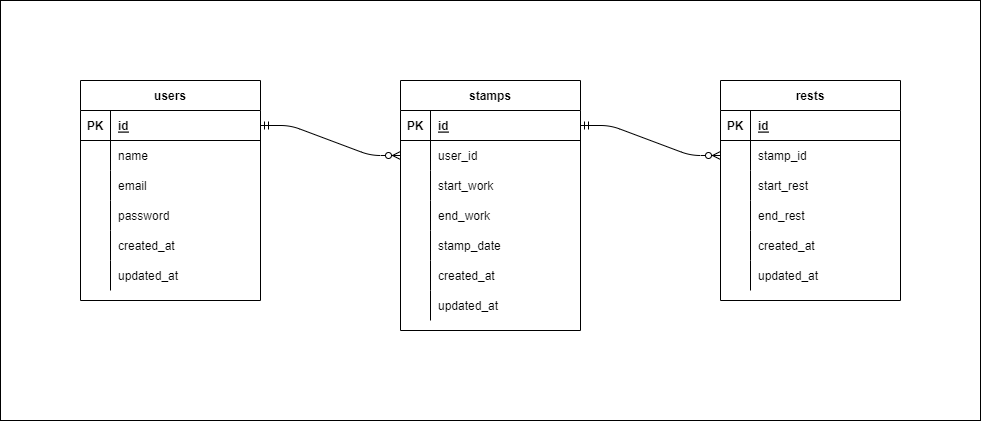
Above: atte-ui/atte-ER.png in YunaSasaki/atte-app (draw.io), before the change. Source tidied: cells renumbered, new cells last; positions are measured from the earlier drawing's top-left corner, leaving out a move shared by most shapes.
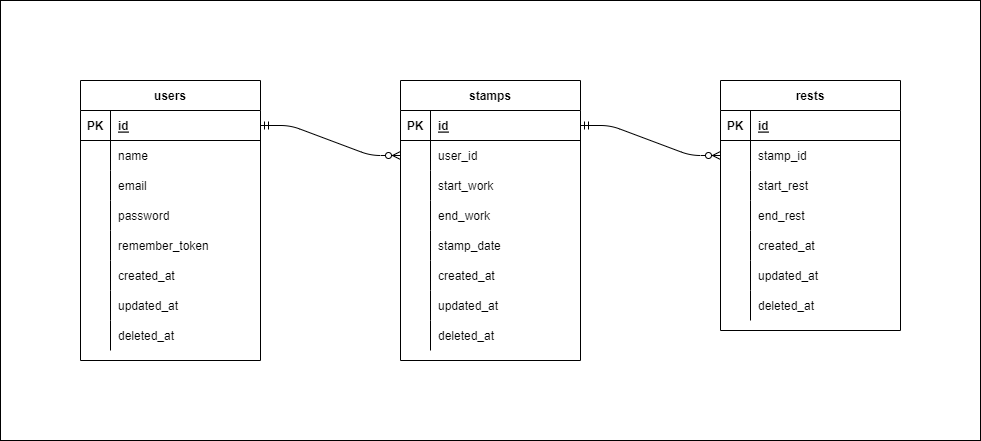
After the change.

Diff of the diagram source:
```diff
@@ -3,10 +3,10 @@
     <mxCell id="0" />
     <mxCell id="1" parent="0" />
     <mxCell id="2" style="rounded=0;whiteSpace=wrap;html=1;" parent="1" vertex="1">
-      <mxGeometry width="980" height="420" as="geometry" />
+      <mxGeometry width="980" height="440" as="geometry" />
     </mxCell>
     <mxCell id="3" value="users" style="shape=table;startSize=30;rowLines=0;fontStyle=1;align=center;" parent="1" vertex="1">
-      <mxGeometry x="80" y="80" width="180" height="220" as="geometry" />
+      <mxGeometry x="80" y="80" width="180" height="280" as="geometry" />
     </mxCell>
     <mxCell id="4" style="shape=partialRectangle;fillColor=none;top=0;left=0;bottom=1;right=0;points=[[0,0.5],[1,0.5]];portConstraint=eastwest;" parent="3" vertex="1">
       <mxGeometry y="30" width="180" height="30" as="geometry" />
@@ -44,8 +44,17 @@
     <mxCell id="15" value="password" style="shape=partialRectangle;fillColor=none;top=0;left=0;bottom=0;right=0;align=left;spacingLeft=6;overflow=hidden;" parent="13" vertex="1">
       <mxGeometry x="30" width="150" height="30" as="geometry" />
     </mxCell>
+    <mxCell id="65" style="shape=partialRectangle;fillColor=none;top=0;left=0;bottom=0;right=0;" parent="3" vertex="1">
+      <mxGeometry y="150" width="180" height="30" as="geometry" />
+    </mxCell>
+    <mxCell id="66" style="shape=partialRectangle;fillColor=none;top=0;left=0;bottom=0;right=0;overflow=hidden;" parent="65" vertex="1">
+      <mxGeometry width="30" height="30" as="geometry" />
+    </mxCell>
+    <mxCell id="67" value="remember_token" style="shape=partialRectangle;fillColor=none;top=0;left=0;bottom=0;right=0;align=left;spacingLeft=6;overflow=hidden;" parent="65" vertex="1">
+      <mxGeometry x="30" width="150" height="30" as="geometry" />
+    </mxCell>
     <mxCell id="16" style="shape=partialRectangle;fillColor=none;top=0;left=0;bottom=0;right=0;" parent="3" vertex="1">
-      <mxGeometry y="150" width="180" height="30" as="geometry" />
+      <mxGeometry y="180" width="180" height="30" as="geometry" />
     </mxCell>
     <mxCell id="17" style="shape=partialRectangle;fillColor=none;top=0;left=0;bottom=0;right=0;overflow=hidden;" parent="16" vertex="1">
       <mxGeometry width="30" height="30" as="geometry" />
@@ -54,7 +63,7 @@
       <mxGeometry x="30" width="150" height="30" as="geometry" />
     </mxCell>
     <mxCell id="19" style="shape=partialRectangle;fillColor=none;top=0;left=0;bottom=0;right=0;" parent="3" vertex="1">
-      <mxGeometry y="180" width="180" height="30" as="geometry" />
+      <mxGeometry y="210" width="180" height="30" as="geometry" />
     </mxCell>
     <mxCell id="20" style="shape=partialRectangle;fillColor=none;top=0;left=0;bottom=0;right=0;overflow=hidden;" parent="19" vertex="1">
       <mxGeometry width="30" height="30" as="geometry" />
@@ -62,8 +71,17 @@
     <mxCell id="21" value="updated_at" style="shape=partialRectangle;fillColor=none;top=0;left=0;bottom=0;right=0;align=left;spacingLeft=6;overflow=hidden;" parent="19" vertex="1">
       <mxGeometry x="30" width="150" height="30" as="geometry" />
     </mxCell>
+    <mxCell id="68" style="shape=partialRectangle;fillColor=none;top=0;left=0;bottom=0;right=0;" parent="3" vertex="1">
+      <mxGeometry y="240" width="180" height="30" as="geometry" />
+    </mxCell>
+    <mxCell id="69" style="shape=partialRectangle;fillColor=none;top=0;left=0;bottom=0;right=0;overflow=hidden;" parent="68" vertex="1">
+      <mxGeometry width="30" height="30" as="geometry" />
+    </mxCell>
+    <mxCell id="70" value="deleted_at" style="shape=partialRectangle;fillColor=none;top=0;left=0;bottom=0;right=0;align=left;spacingLeft=6;overflow=hidden;" parent="68" vertex="1">
+      <mxGeometry x="30" width="150" height="30" as="geometry" />
+    </mxCell>
     <mxCell id="22" value="stamps" style="shape=table;startSize=30;rowLines=0;fontStyle=1;align=center;" parent="1" vertex="1">
-      <mxGeometry x="400" y="80" width="180" height="250" as="geometry" />
+      <mxGeometry x="400" y="80" width="180" height="280" as="geometry" />
     </mxCell>
     <mxCell id="23" style="shape=partialRectangle;fillColor=none;top=0;left=0;bottom=1;right=0;points=[[0,0.5],[1,0.5]];portConstraint=eastwest;" parent="22" vertex="1">
       <mxGeometry y="30" width="180" height="30" as="geometry" />
@@ -128,8 +146,17 @@
     <mxCell id="43" value="updated_at" style="shape=partialRectangle;fillColor=none;top=0;left=0;bottom=0;right=0;align=left;spacingLeft=6;overflow=hidden;" parent="41" vertex="1">
       <mxGeometry x="30" width="150" height="30" as="geometry" />
     </mxCell>
+    <mxCell id="71" style="shape=partialRectangle;fillColor=none;top=0;left=0;bottom=0;right=0;" parent="22" vertex="1">
+      <mxGeometry y="240" width="180" height="30" as="geometry" />
+    </mxCell>
+    <mxCell id="72" style="shape=partialRectangle;fillColor=none;top=0;left=0;bottom=0;right=0;overflow=hidden;" parent="71" vertex="1">
+      <mxGeometry width="30" height="30" as="geometry" />
+    </mxCell>
+    <mxCell id="73" value="deleted_at" style="shape=partialRectangle;fillColor=none;top=0;left=0;bottom=0;right=0;align=left;spacingLeft=6;overflow=hidden;" parent="71" vertex="1">
+      <mxGeometry x="30" width="150" height="30" as="geometry" />
+    </mxCell>
     <mxCell id="44" value="rests" style="shape=table;startSize=30;rowLines=0;fontStyle=1;align=center;" parent="1" vertex="1">
-      <mxGeometry x="720" y="80" width="180" height="220" as="geometry" />
+      <mxGeometry x="720" y="80" width="180" height="250" as="geometry" />
     </mxCell>
     <mxCell id="45" style="shape=partialRectangle;fillColor=none;top=0;left=0;bottom=1;right=0;" parent="44" vertex="1">
       <mxGeometry y="30" width="180" height="30" as="geometry" />
@@ -167,13 +194,13 @@
     <mxCell id="56" value="end_rest" style="shape=partialRectangle;fillColor=none;top=0;left=0;bottom=0;right=0;align=left;spacingLeft=6;overflow=hidden;" parent="54" vertex="1">
       <mxGeometry x="30" width="150" height="30" as="geometry" />
     </mxCell>
-    <mxCell id="57" style="shape=partialRectangle;fillColor=none;top=0;left=0;bottom=0;right=0;" parent="44" vertex="1">
-      <mxGeometry y="150" width="180" height="30" as="geometry" />
-    </mxCell>
-    <mxCell id="58" style="shape=partialRectangle;fillColor=none;top=0;left=0;bottom=0;right=0;overflow=hidden;" parent="57" vertex="1">
-      <mxGeometry width="30" height="30" as="geometry" />
-    </mxCell>
+    <mxCell id="74" style="shape=partialRectangle;fillColor=none;top=0;left=0;bottom=0;right=0;" parent="44" vertex="1">
+      <mxGeometry y="150" width="180" height="30" as="geometry" />
+    </mxCell>
+    <mxCell id="75" style="shape=partialRectangle;fillColor=none;top=0;left=0;bottom=0;right=0;overflow=hidden;" parent="74" vertex="1">
+      <mxGeometry width="30" height="30" as="geometry" />
+    </mxCell>
-    <mxCell id="59" value="created_at" style="shape=partialRectangle;fillColor=none;top=0;left=0;bottom=0;right=0;align=left;spacingLeft=6;overflow=hidden;" parent="57" vertex="1">
+    <mxCell id="59" value="created_at" style="shape=partialRectangle;fillColor=none;top=0;left=0;bottom=0;right=0;align=left;spacingLeft=6;overflow=hidden;" parent="74" vertex="1">
       <mxGeometry x="30" width="150" height="30" as="geometry" />
     </mxCell>
     <mxCell id="60" style="shape=partialRectangle;fillColor=none;top=0;left=0;bottom=0;right=0;" parent="44" vertex="1">
@@ -185,6 +212,15 @@
     <mxCell id="62" value="updated_at" style="shape=partialRectangle;fillColor=none;top=0;left=0;bottom=0;right=0;align=left;spacingLeft=6;overflow=hidden;" parent="60" vertex="1">
       <mxGeometry x="30" width="150" height="30" as="geometry" />
     </mxCell>
+    <mxCell id="76" style="shape=partialRectangle;fillColor=none;top=0;left=0;bottom=0;right=0;" parent="44" vertex="1">
+      <mxGeometry y="210" width="180" height="30" as="geometry" />
+    </mxCell>
+    <mxCell id="77" style="shape=partialRectangle;fillColor=none;top=0;left=0;bottom=0;right=0;overflow=hidden;" parent="76" vertex="1">
+      <mxGeometry width="30" height="30" as="geometry" />
+    </mxCell>
+    <mxCell id="78" value="deleted_at" style="shape=partialRectangle;fillColor=none;top=0;left=0;bottom=0;right=0;align=left;spacingLeft=6;overflow=hidden;" parent="76" vertex="1">
+      <mxGeometry x="30" width="150" height="30" as="geometry" />
+    </mxCell>
     <mxCell id="63" style="edgeStyle=entityRelationEdgeStyle;fontSize=12;html=1;endArrow=ERzeroToMany;startArrow=ERmandOne;entryX=0;entryY=0.5;entryDx=0;entryDy=0;exitX=1;exitY=0.5;exitDx=0;exitDy=0;" parent="1" edge="1" source="4" target="26">
       <mxGeometry relative="1" as="geometry" />
     </mxCell>
```
